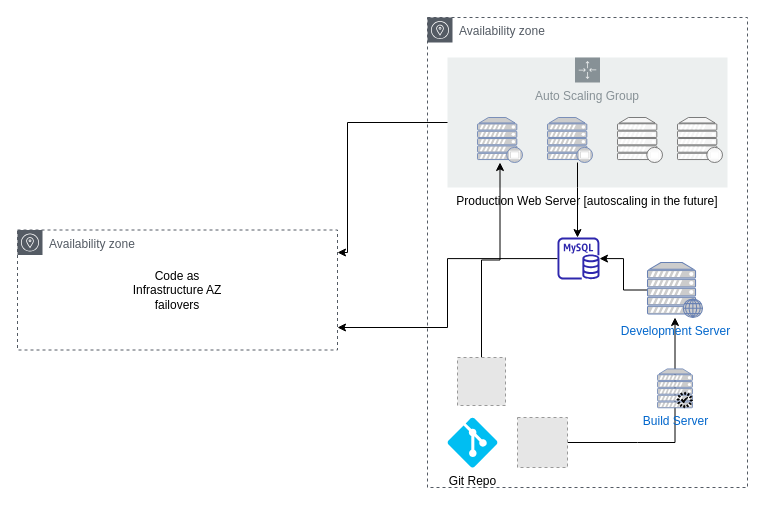
The draw.io diagram ToughTrailersCloud.drawio in TechWiz-3/Network-Diagrams, before the edit. Source tidied: cells renumbered, new cells numbered last; positions are measured from the earlier drawing's top-left corner, leaving out a move shared by most shapes. Both pictures are drawn from the tidied source at 100%, with x=0, y=0 at pixel (17, 17). Pictures stored in the file or linked from it are replaced by grey dashed boxes.
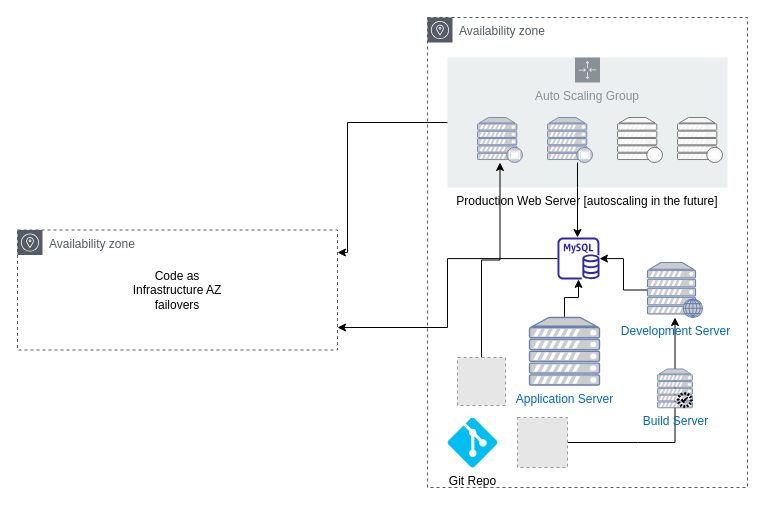
Above is the later version.

The change refers to these unchanged cells:
```xml
<mxCell id="21" style="sketch=0;outlineConnect=0;fontColor=#232F3E;gradientColor=none;fillColor=#2E27AD;strokeColor=none;dashed=0;verticalLabelPosition=bottom;verticalAlign=top;align=center;html=1;fontSize=12;fontStyle=0;shape=mxgraph.aws4.rds_mysql_instance;rounded=0;shadow=0;fillStyle=auto;strokeWidth=1;" parent="1" vertex="1">
  <mxGeometry x="540" y="220" width="42" height="42" as="geometry" />
</mxCell>
```

Diff of the diagram source:
```diff
@@
+    <mxCell id="25" style="edgeStyle=orthogonalEdgeStyle;rounded=0;jettySize=auto;html=1;fontColor=#000000;" parent="1" edge="1" source="26" target="21">
+      <mxGeometry relative="1" as="geometry" />
+    </mxCell>
+    <mxCell id="26" value="Application Server" style="fontColor=#0066CC;verticalAlign=top;verticalLabelPosition=bottom;labelPosition=center;align=center;html=1;outlineConnect=0;fillColor=#CCCCCC;strokeColor=#6881B3;gradientColor=none;gradientDirection=north;strokeWidth=2;shape=mxgraph.networks.server;rounded=0;shadow=0;fillStyle=auto;" parent="1" vertex="1">
+      <mxGeometry x="512" y="300" width="70" height="67.5" as="geometry" />
+    </mxCell>
```
